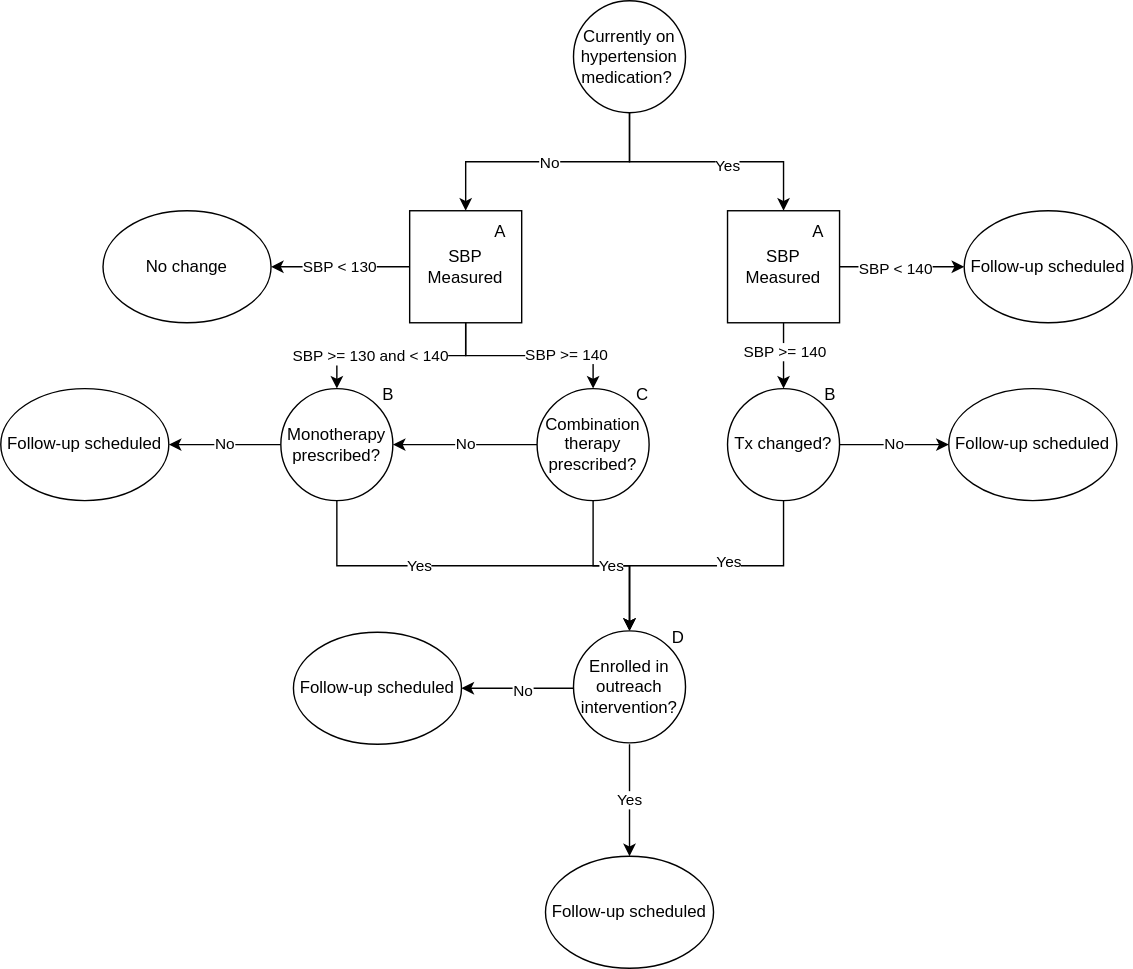
Before: docs/source/concept_models/vivarium_us_cvd/sbp_ramp_all.svg, a diagram exported from draw.io (ihmeuw/vivarium_research). Source tidied: cells renumbered, new cells last; positions are measured from the earlier drawing's top-left corner, leaving out a move shared by most shapes. The source it was exported from:
```xml
<mxGraphModel>
  <root>
    <mxCell id="0" />
    <mxCell id="1" parent="0" />
    <mxCell id="2" value="SBP Measured" style="whiteSpace=wrap;html=1;" parent="1" vertex="1">
      <mxGeometry x="292" y="150" width="80" height="80" as="geometry" />
    </mxCell>
    <mxCell id="3" value="No" style="edgeStyle=orthogonalEdgeStyle;rounded=0;jettySize=auto;html=1;exitX=1;exitY=0.5;exitDx=0;exitDy=0;entryX=0;entryY=0.5;entryDx=0;entryDy=0;" parent="1" edge="1" source="9" target="6">
      <mxGeometry relative="1" as="geometry" />
    </mxCell>
    <mxCell id="4" style="edgeStyle=orthogonalEdgeStyle;rounded=0;jettySize=auto;html=1;exitX=0.5;exitY=1;exitDx=0;exitDy=0;entryX=0.5;entryY=0;entryDx=0;entryDy=0;" parent="1" edge="1" source="9" target="32">
      <mxGeometry relative="1" as="geometry" />
    </mxCell>
    <mxCell id="5" value="Yes" style="edgeLabel;html=1;align=center;verticalAlign=middle;" parent="4" vertex="1">
      <mxGeometry x="-0.79" relative="1" as="geometry">
        <mxPoint x="-40" y="22" as="offset" />
      </mxGeometry>
    </mxCell>
    <mxCell id="6" value="Follow-up scheduled" style="ellipse;whiteSpace=wrap;html=1;" parent="1" vertex="1">
      <mxGeometry x="677" y="277" width="120" height="80" as="geometry" />
    </mxCell>
    <mxCell id="7" style="edgeStyle=orthogonalEdgeStyle;rounded=0;orthogonalLoop=1;jettySize=auto;html=1;exitX=0.5;exitY=1;exitDx=0;exitDy=0;entryX=0.5;entryY=0;entryDx=0;entryDy=0;" parent="1" edge="1">
      <mxGeometry relative="1" as="geometry">
        <mxPoint x="708" y="570" as="sourcePoint" />
      </mxGeometry>
    </mxCell>
    <mxCell id="8" value="50% chance" style="edgeLabel;html=1;align=center;verticalAlign=middle;" parent="7" vertex="1">
      <mxGeometry x="0.69" relative="1" as="geometry" />
    </mxCell>
    <mxCell id="9" value="Tx changed?" style="ellipse;whiteSpace=wrap;html=1;" parent="1" vertex="1">
      <mxGeometry x="519" y="277" width="80" height="80" as="geometry" />
    </mxCell>
    <mxCell id="10" value="B" style="text;html=1;strokeColor=none;fillColor=none;align=center;verticalAlign=middle;whiteSpace=wrap;rounded=0;" parent="1" vertex="1">
      <mxGeometry x="577" y="267" width="31" height="30" as="geometry" />
    </mxCell>
    <mxCell id="11" value="Follow-up scheduled" style="ellipse;whiteSpace=wrap;html=1;" parent="1" vertex="1">
      <mxGeometry x="688" y="150" width="120" height="80" as="geometry" />
    </mxCell>
    <mxCell id="12" style="edgeStyle=orthogonalEdgeStyle;rounded=0;jettySize=auto;html=1;entryX=0.5;entryY=0;entryDx=0;entryDy=0;exitX=0.5;exitY=1;exitDx=0;exitDy=0;" parent="1" edge="1" source="2" target="28">
      <mxGeometry relative="1" as="geometry" />
    </mxCell>
    <mxCell id="13" value="SBP &amp;gt;= 130 and &amp;lt; 140" style="edgeLabel;html=1;align=center;verticalAlign=middle;" parent="12" vertex="1">
      <mxGeometry x="-0.13" y="-1" relative="1" as="geometry">
        <mxPoint x="-32" y="1" as="offset" />
      </mxGeometry>
    </mxCell>
    <mxCell id="14" value="SBP &amp;gt;= 140" style="edgeStyle=orthogonalEdgeStyle;rounded=0;jettySize=auto;html=1;exitX=0.5;exitY=1;exitDx=0;exitDy=0;entryX=0.5;entryY=0;entryDx=0;entryDy=0;startArrow=none;" parent="1" edge="1" source="2" target="29">
      <mxGeometry x="0.38" relative="1" as="geometry" />
    </mxCell>
    <mxCell id="15" value="SBP &amp;lt; 130" style="edgeStyle=orthogonalEdgeStyle;rounded=0;jettySize=auto;html=1;exitX=0;exitY=0.5;exitDx=0;exitDy=0;entryX=1;entryY=0.5;entryDx=0;entryDy=0;" parent="1" edge="1" source="2" target="19">
      <mxGeometry relative="1" as="geometry" />
    </mxCell>
    <mxCell id="16" style="edgeStyle=orthogonalEdgeStyle;rounded=0;jettySize=auto;html=1;entryX=0.5;entryY=0;entryDx=0;entryDy=0;exitX=0.5;exitY=1;exitDx=0;exitDy=0;" parent="1" edge="1" source="28" target="32">
      <mxGeometry relative="1" as="geometry" />
    </mxCell>
    <mxCell id="17" value="Yes" style="edgeLabel;html=1;align=center;verticalAlign=middle;" parent="16" vertex="1">
      <mxGeometry x="-0.07" relative="1" as="geometry">
        <mxPoint x="-35" as="offset" />
      </mxGeometry>
    </mxCell>
    <mxCell id="18" value="No" style="edgeStyle=orthogonalEdgeStyle;rounded=0;jettySize=auto;html=1;exitX=0;exitY=0.5;exitDx=0;exitDy=0;" parent="1" edge="1" target="20">
      <mxGeometry relative="1" as="geometry">
        <mxPoint x="200" y="317" as="sourcePoint" />
        <Array as="points">
          <mxPoint x="160" y="317" />
          <mxPoint x="160" y="317" />
        </Array>
      </mxGeometry>
    </mxCell>
    <mxCell id="19" value="No change" style="ellipse;whiteSpace=wrap;html=1;" parent="1" vertex="1">
      <mxGeometry x="73" y="150" width="120" height="80" as="geometry" />
    </mxCell>
    <mxCell id="20" value="Follow-up scheduled" style="ellipse;whiteSpace=wrap;html=1;" parent="1" vertex="1">
      <mxGeometry y="277" width="120" height="80" as="geometry" />
    </mxCell>
    <mxCell id="21" style="edgeStyle=orthogonalEdgeStyle;rounded=0;jettySize=auto;html=1;exitX=0;exitY=0.5;exitDx=0;exitDy=0;entryX=1;entryY=0.5;entryDx=0;entryDy=0;" parent="1" edge="1" target="24">
      <mxGeometry relative="1" as="geometry">
        <mxPoint x="409" y="491" as="sourcePoint" />
      </mxGeometry>
    </mxCell>
    <mxCell id="22" value="No" style="edgeLabel;html=1;align=center;verticalAlign=middle;" parent="21" vertex="1">
      <mxGeometry x="-0.07" y="1" relative="1" as="geometry" />
    </mxCell>
    <mxCell id="23" value="Yes" style="edgeStyle=orthogonalEdgeStyle;rounded=0;orthogonalLoop=1;jettySize=auto;html=1;exitX=0.5;exitY=1;exitDx=0;exitDy=0;" parent="1" edge="1">
      <mxGeometry relative="1" as="geometry">
        <mxPoint x="449" y="531" as="sourcePoint" />
        <mxPoint x="449" y="611" as="targetPoint" />
      </mxGeometry>
    </mxCell>
    <mxCell id="24" value="Follow-up scheduled" style="ellipse;whiteSpace=wrap;html=1;" parent="1" vertex="1">
      <mxGeometry x="209" y="451" width="120" height="80" as="geometry" />
    </mxCell>
    <mxCell id="25" value="Follow-up scheduled" style="ellipse;whiteSpace=wrap;html=1;" parent="1" vertex="1">
      <mxGeometry x="389" y="611" width="120" height="80" as="geometry" />
    </mxCell>
    <mxCell id="26" value="Yes" style="edgeStyle=orthogonalEdgeStyle;rounded=0;jettySize=auto;html=1;entryX=0.5;entryY=0;entryDx=0;entryDy=0;exitX=0.5;exitY=1;exitDx=0;exitDy=0;" parent="1" edge="1" source="29" target="32">
      <mxGeometry relative="1" as="geometry" />
    </mxCell>
    <mxCell id="27" value="No" style="edgeStyle=orthogonalEdgeStyle;rounded=0;jettySize=auto;html=1;exitX=0;exitY=0.5;exitDx=0;exitDy=0;entryX=1;entryY=0.5;entryDx=0;entryDy=0;" parent="1" edge="1" source="29" target="28">
      <mxGeometry relative="1" as="geometry" />
    </mxCell>
    <mxCell id="28" value="Monotherapy prescribed?" style="ellipse;whiteSpace=wrap;html=1;" parent="1" vertex="1">
      <mxGeometry x="200" y="277" width="80" height="80" as="geometry" />
    </mxCell>
    <mxCell id="29" value="Combination therapy prescribed?" style="ellipse;whiteSpace=wrap;html=1;" parent="1" vertex="1">
      <mxGeometry x="383" y="277" width="80" height="80" as="geometry" />
    </mxCell>
    <mxCell id="30" value="B" style="text;html=1;strokeColor=none;fillColor=none;align=center;verticalAlign=middle;whiteSpace=wrap;rounded=0;" parent="1" vertex="1">
      <mxGeometry x="262" y="267" width="30" height="30" as="geometry" />
    </mxCell>
    <mxCell id="31" value="C" style="text;html=1;strokeColor=none;fillColor=none;align=center;verticalAlign=middle;whiteSpace=wrap;rounded=0;" parent="1" vertex="1">
      <mxGeometry x="444" y="267" width="29" height="30" as="geometry" />
    </mxCell>
    <mxCell id="32" value="Enrolled in outreach intervention?" style="ellipse;whiteSpace=wrap;html=1;" parent="1" vertex="1">
      <mxGeometry x="409" y="450" width="80" height="80" as="geometry" />
    </mxCell>
    <mxCell id="33" value="D" style="text;html=1;strokeColor=none;fillColor=none;align=center;verticalAlign=middle;whiteSpace=wrap;rounded=0;" parent="1" vertex="1">
      <mxGeometry x="469" y="440" width="30" height="30" as="geometry" />
    </mxCell>
    <mxCell id="34" style="edgeStyle=orthogonalEdgeStyle;rounded=0;jettySize=auto;html=1;entryX=0.5;entryY=0;entryDx=0;entryDy=0;exitX=0.5;exitY=1;exitDx=0;exitDy=0;" parent="1" edge="1" source="39" target="9">
      <mxGeometry relative="1" as="geometry" />
    </mxCell>
    <mxCell id="35" value="SBP &amp;gt;= 140" style="edgeLabel;html=1;align=center;verticalAlign=middle;" parent="34" vertex="1">
      <mxGeometry x="-0.13" y="-1" relative="1" as="geometry">
        <mxPoint x="1" as="offset" />
      </mxGeometry>
    </mxCell>
    <mxCell id="36" value="Currently on hypertension medication?&amp;nbsp;" style="ellipse;whiteSpace=wrap;html=1;" parent="1" vertex="1">
      <mxGeometry x="409" width="80" height="80" as="geometry" />
    </mxCell>
    <mxCell id="37" style="edgeStyle=orthogonalEdgeStyle;rounded=0;jettySize=auto;html=1;exitX=0.5;exitY=1;exitDx=0;exitDy=0;entryX=0.5;entryY=0;entryDx=0;entryDy=0;" parent="1" edge="1" source="36" target="2">
      <mxGeometry relative="1" as="geometry" />
    </mxCell>
    <mxCell id="38" value="No" style="edgeLabel;html=1;align=center;verticalAlign=middle;" parent="37" vertex="1">
      <mxGeometry x="-0.13" y="-1" relative="1" as="geometry">
        <mxPoint x="-11" y="1" as="offset" />
      </mxGeometry>
    </mxCell>
    <mxCell id="39" value="SBP Measured" style="whiteSpace=wrap;html=1;" parent="1" vertex="1">
      <mxGeometry x="519" y="150" width="80" height="80" as="geometry" />
    </mxCell>
    <mxCell id="40" style="edgeStyle=orthogonalEdgeStyle;rounded=0;jettySize=auto;html=1;entryX=0.5;entryY=0;entryDx=0;entryDy=0;exitX=0.5;exitY=1;exitDx=0;exitDy=0;" parent="1" edge="1" source="36" target="39">
      <mxGeometry relative="1" as="geometry" />
    </mxCell>
    <mxCell id="41" value="Yes" style="edgeLabel;html=1;align=center;verticalAlign=middle;" parent="40" vertex="1">
      <mxGeometry x="-0.13" y="-1" relative="1" as="geometry">
        <mxPoint x="26" y="1" as="offset" />
      </mxGeometry>
    </mxCell>
    <mxCell id="42" style="edgeStyle=orthogonalEdgeStyle;rounded=0;jettySize=auto;html=1;entryX=0;entryY=0.5;entryDx=0;entryDy=0;exitX=1;exitY=0.5;exitDx=0;exitDy=0;" parent="1" edge="1" source="39" target="11">
      <mxGeometry relative="1" as="geometry" />
    </mxCell>
    <mxCell id="43" value="SBP &amp;lt; 140" style="edgeLabel;html=1;align=center;verticalAlign=middle;" parent="42" vertex="1">
      <mxGeometry x="-0.13" y="-1" relative="1" as="geometry">
        <mxPoint x="1" as="offset" />
      </mxGeometry>
    </mxCell>
    <mxCell id="44" value="A" style="text;html=1;strokeColor=none;fillColor=none;align=center;verticalAlign=middle;whiteSpace=wrap;rounded=0;" parent="1" vertex="1">
      <mxGeometry x="342" y="150" width="30" height="30" as="geometry" />
    </mxCell>
    <mxCell id="45" value="A" style="text;html=1;strokeColor=none;fillColor=none;align=center;verticalAlign=middle;whiteSpace=wrap;rounded=0;" parent="1" vertex="1">
      <mxGeometry x="569" y="150" width="30" height="30" as="geometry" />
    </mxCell>
  </root>
</mxGraphModel>
```
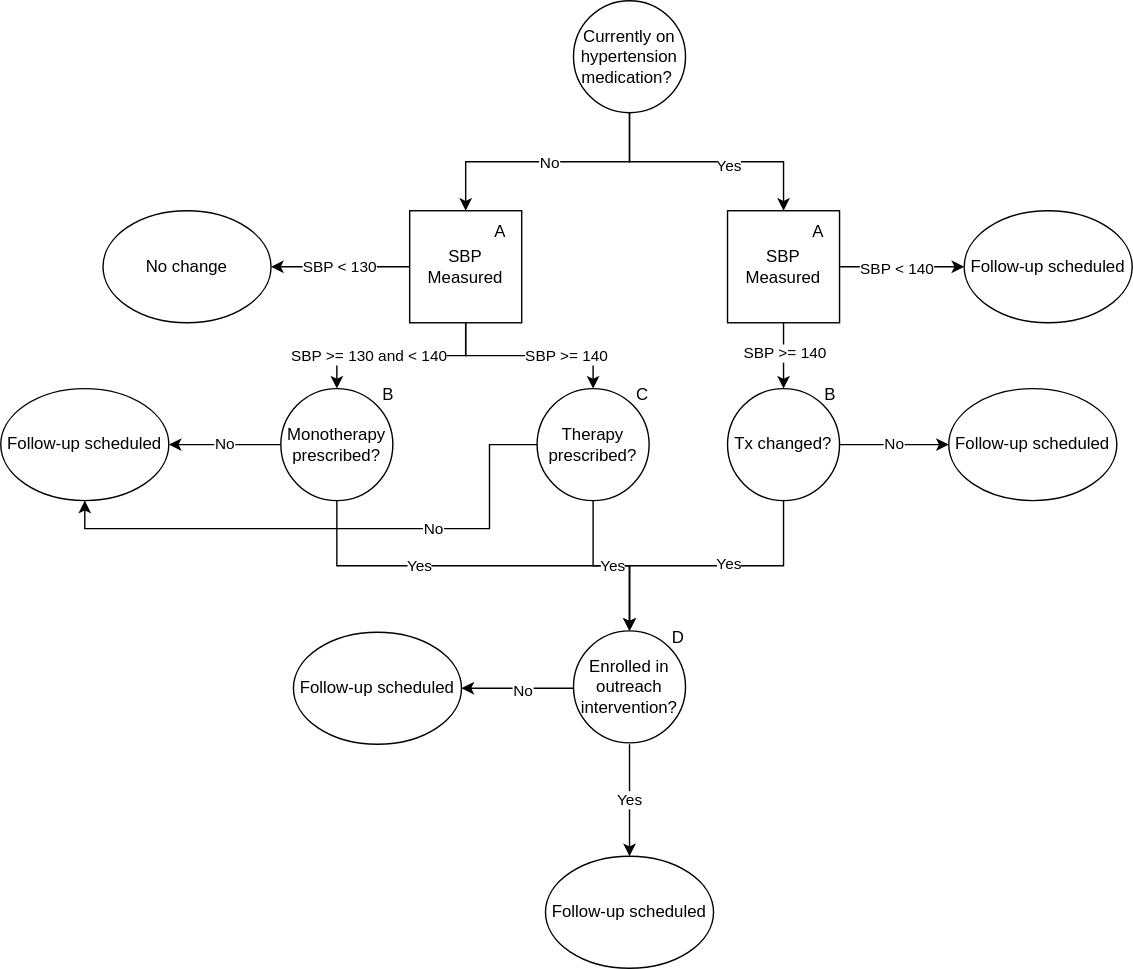
The same file after the commit.

Change to the diagram source:
```diff
@@ -96,13 +96,19 @@
     <mxCell id="26" value="Yes" style="edgeStyle=orthogonalEdgeStyle;rounded=0;jettySize=auto;html=1;entryX=0.5;entryY=0;entryDx=0;entryDy=0;exitX=0.5;exitY=1;exitDx=0;exitDy=0;" parent="1" edge="1" source="29" target="32">
       <mxGeometry relative="1" as="geometry" />
     </mxCell>
-    <mxCell id="27" value="No" style="edgeStyle=orthogonalEdgeStyle;rounded=0;jettySize=auto;html=1;exitX=0;exitY=0.5;exitDx=0;exitDy=0;entryX=1;entryY=0.5;entryDx=0;entryDy=0;" parent="1" edge="1" source="29" target="28">
-      <mxGeometry relative="1" as="geometry" />
+    <mxCell id="27" value="No" style="edgeStyle=orthogonalEdgeStyle;rounded=0;jettySize=auto;html=1;exitX=0;exitY=0.5;exitDx=0;exitDy=0;entryX=0.5;entryY=1;entryDx=0;entryDy=0;" parent="1" edge="1" source="29" target="20">
+      <mxGeometry x="-0.34" relative="1" as="geometry">
+        <Array as="points">
+          <mxPoint x="349" y="317" />
+          <mxPoint x="349" y="377" />
+          <mxPoint x="60" y="377" />
+        </Array>
+      </mxGeometry>
     </mxCell>
     <mxCell id="28" value="Monotherapy prescribed?" style="ellipse;whiteSpace=wrap;html=1;" parent="1" vertex="1">
       <mxGeometry x="200" y="277" width="80" height="80" as="geometry" />
     </mxCell>
-    <mxCell id="29" value="Combination therapy prescribed?" style="ellipse;whiteSpace=wrap;html=1;" parent="1" vertex="1">
+    <mxCell id="29" value="Therapy prescribed?" style="ellipse;whiteSpace=wrap;html=1;" parent="1" vertex="1">
       <mxGeometry x="383" y="277" width="80" height="80" as="geometry" />
     </mxCell>
     <mxCell id="30" value="B" style="text;html=1;strokeColor=none;fillColor=none;align=center;verticalAlign=middle;whiteSpace=wrap;rounded=0;" parent="1" vertex="1">
```
